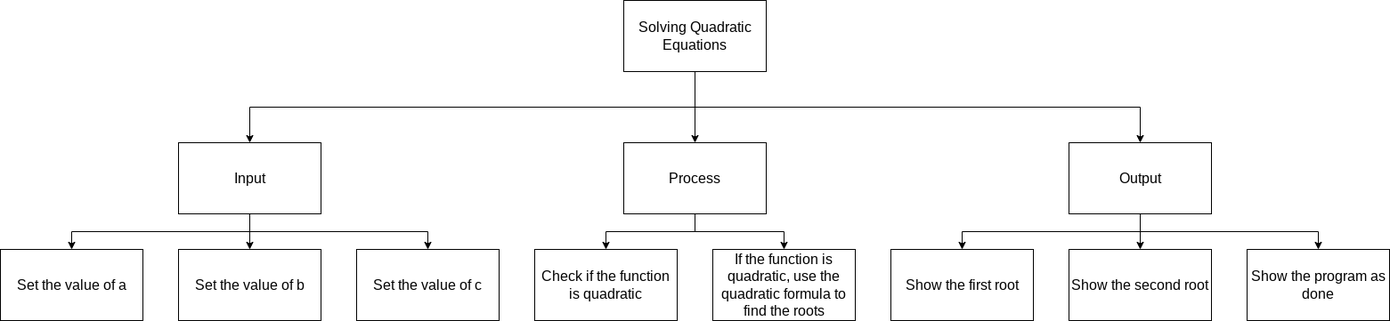
Above: design/top_down.png in CristianoSellitto/ICS3U-Assignment3-Python (draw.io), before the change. Source tidied: cells renumbered, new cells last; positions are measured from the earlier drawing's top-left corner, leaving out a move shared by most shapes.
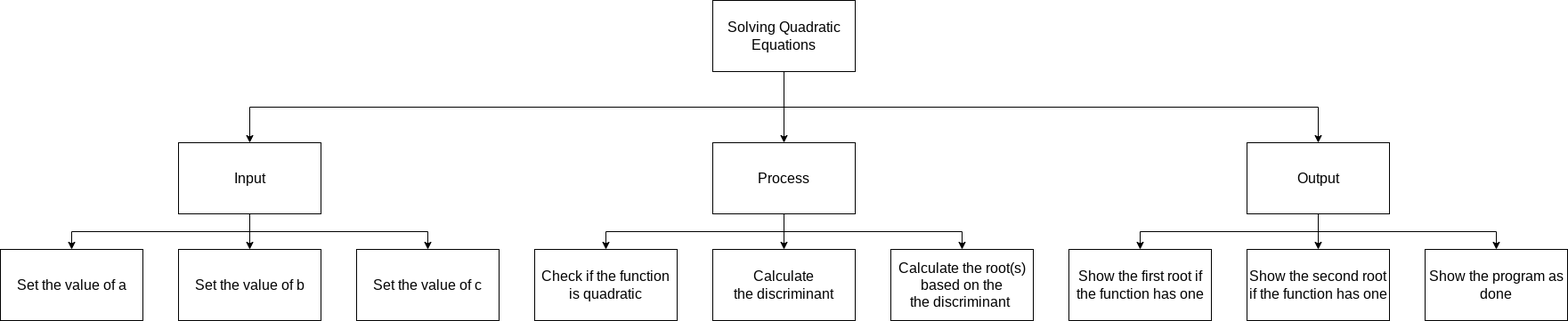
After the commit.

The edit, as a diff of the source:
```diff
@@ -8,7 +8,7 @@
     <mxCell id="3" style="edgeStyle=orthogonalEdgeStyle;html=1;entryX=0.5;entryY=0;entryDx=0;entryDy=0;fontSize=14;rounded=0;" parent="1" edge="1" source="5" target="12">
       <mxGeometry relative="1" as="geometry">
         <Array as="points">
-          <mxPoint x="780" y="120" />
+          <mxPoint x="880" y="120" />
           <mxPoint x="280" y="120" />
         </Array>
       </mxGeometry>
@@ -22,13 +22,13 @@
       </mxGeometry>
     </mxCell>
     <mxCell id="5" value="Solving Quadratic Equations" style="rounded=0;whiteSpace=wrap;html=1;fontSize=16;" parent="1" vertex="1">
-      <mxGeometry x="700" width="160" height="80" as="geometry" />
+      <mxGeometry x="800" width="160" height="80" as="geometry" />
     </mxCell>
     <mxCell id="6" style="edgeStyle=orthogonalEdgeStyle;rounded=0;html=1;entryX=0.5;entryY=0;entryDx=0;entryDy=0;fontSize=14;" parent="1" edge="1" source="8">
       <mxGeometry relative="1" as="geometry">
         <mxPoint x="680" y="280" as="targetPoint" />
         <Array as="points">
-          <mxPoint x="780" y="260" />
+          <mxPoint x="880" y="260" />
           <mxPoint x="680" y="260" />
         </Array>
       </mxGeometry>
@@ -36,13 +36,20 @@
     <mxCell id="7" style="edgeStyle=none;html=1;entryX=0.5;entryY=0;entryDx=0;entryDy=0;rounded=0;" parent="1" edge="1" source="8" target="23">
       <mxGeometry relative="1" as="geometry">
         <Array as="points">
-          <mxPoint x="780" y="260" />
           <mxPoint x="880" y="260" />
         </Array>
       </mxGeometry>
     </mxCell>
+    <mxCell id="25" style="edgeStyle=none;html=1;entryX=0.5;entryY=0;entryDx=0;entryDy=0;rounded=0;" parent="1" edge="1" source="8" target="26">
+      <mxGeometry relative="1" as="geometry">
+        <Array as="points">
+          <mxPoint x="880" y="260" />
+          <mxPoint x="1080" y="260" />
+        </Array>
+      </mxGeometry>
+    </mxCell>
     <mxCell id="8" value="Process" style="rounded=0;whiteSpace=wrap;html=1;fontSize=16;" parent="1" vertex="1">
-      <mxGeometry x="700" y="160" width="160" height="80" as="geometry" />
+      <mxGeometry x="800" y="160" width="160" height="80" as="geometry" />
     </mxCell>
     <mxCell id="9" style="edgeStyle=orthogonalEdgeStyle;rounded=0;html=1;entryX=0.5;entryY=0;entryDx=0;entryDy=0;fontSize=14;" parent="1" edge="1" source="12" target="17">
       <mxGeometry relative="1" as="geometry">
@@ -69,35 +76,35 @@
     <mxCell id="13" style="edgeStyle=none;rounded=0;html=1;entryX=0.5;entryY=0;entryDx=0;entryDy=0;" parent="1" edge="1" source="16" target="22">
       <mxGeometry relative="1" as="geometry">
         <Array as="points">
-          <mxPoint x="1280" y="260" />
+          <mxPoint x="1480" y="260" />
         </Array>
       </mxGeometry>
     </mxCell>
     <mxCell id="14" style="edgeStyle=none;rounded=0;html=1;entryX=0.5;entryY=0;entryDx=0;entryDy=0;" parent="1" edge="1" source="16" target="18">
       <mxGeometry relative="1" as="geometry">
         <Array as="points">
-          <mxPoint x="1280" y="270" />
-          <mxPoint x="1280" y="260" />
+          <mxPoint x="1480" y="270" />
           <mxPoint x="1480" y="260" />
+          <mxPoint x="1680" y="260" />
         </Array>
       </mxGeometry>
     </mxCell>
     <mxCell id="15" style="edgeStyle=none;rounded=0;html=1;entryX=0.5;entryY=0;entryDx=0;entryDy=0;" parent="1" edge="1" source="16" target="24">
       <mxGeometry relative="1" as="geometry">
         <Array as="points">
+          <mxPoint x="1480" y="260" />
           <mxPoint x="1280" y="260" />
-          <mxPoint x="1080" y="260" />
         </Array>
       </mxGeometry>
     </mxCell>
     <mxCell id="16" value="Output" style="rounded=0;whiteSpace=wrap;html=1;fontSize=16;" parent="1" vertex="1">
-      <mxGeometry x="1200" y="160" width="160" height="80" as="geometry" />
+      <mxGeometry x="1400" y="160" width="160" height="80" as="geometry" />
     </mxCell>
     <mxCell id="17" value="Set the value of c" style="rounded=0;whiteSpace=wrap;html=1;fontSize=16;" parent="1" vertex="1">
       <mxGeometry x="400" y="280" width="160" height="80" as="geometry" />
     </mxCell>
     <mxCell id="18" value="Show the program as done" style="rounded=0;whiteSpace=wrap;html=1;fontSize=16;" parent="1" vertex="1">
-      <mxGeometry x="1400" y="280" width="160" height="80" as="geometry" />
+      <mxGeometry x="1600" y="280" width="160" height="80" as="geometry" />
     </mxCell>
     <mxCell id="19" value="Check if the function is quadratic" style="rounded=0;whiteSpace=wrap;html=1;fontSize=16;" parent="1" vertex="1">
       <mxGeometry x="600" y="280" width="160" height="80" as="geometry" />
@@ -108,14 +115,17 @@
     <mxCell id="21" value="Set the value of a" style="rounded=0;whiteSpace=wrap;html=1;fontSize=16;" parent="1" vertex="1">
       <mxGeometry y="280" width="160" height="80" as="geometry" />
     </mxCell>
-    <mxCell id="22" value="Show the second root" style="rounded=0;whiteSpace=wrap;html=1;fontSize=16;" parent="1" vertex="1">
-      <mxGeometry x="1200" y="280" width="160" height="80" as="geometry" />
+    <mxCell id="22" value="Show the second root if the function has one" style="rounded=0;whiteSpace=wrap;html=1;fontSize=16;" parent="1" vertex="1">
+      <mxGeometry x="1400" y="280" width="160" height="80" as="geometry" />
     </mxCell>
-    <mxCell id="23" value="If the function is quadratic, use the quadratic formula to find the roots" style="rounded=0;whiteSpace=wrap;html=1;fontSize=16;" parent="1" vertex="1">
+    <mxCell id="23" value="Calculate the&amp;nbsp;discriminant" style="rounded=0;whiteSpace=wrap;html=1;fontSize=16;" parent="1" vertex="1">
       <mxGeometry x="800" y="280" width="160" height="80" as="geometry" />
     </mxCell>
-    <mxCell id="24" value="Show the first root" style="rounded=0;whiteSpace=wrap;html=1;fontSize=16;" parent="1" vertex="1">
-      <mxGeometry x="1000" y="280" width="160" height="80" as="geometry" />
+    <mxCell id="24" value="Show the first root if the function has one" style="rounded=0;whiteSpace=wrap;html=1;fontSize=16;" parent="1" vertex="1">
+      <mxGeometry x="1200" y="280" width="160" height="80" as="geometry" />
     </mxCell>
+    <mxCell id="26" value="Calculate the root(s) based on the the&amp;nbsp;discriminant&amp;nbsp;" style="rounded=0;whiteSpace=wrap;html=1;fontSize=16;" parent="1" vertex="1">
+      <mxGeometry x="1000" y="280" width="160" height="80" as="geometry" />
+    </mxCell>
   </root>
 </mxGraphModel>
```
